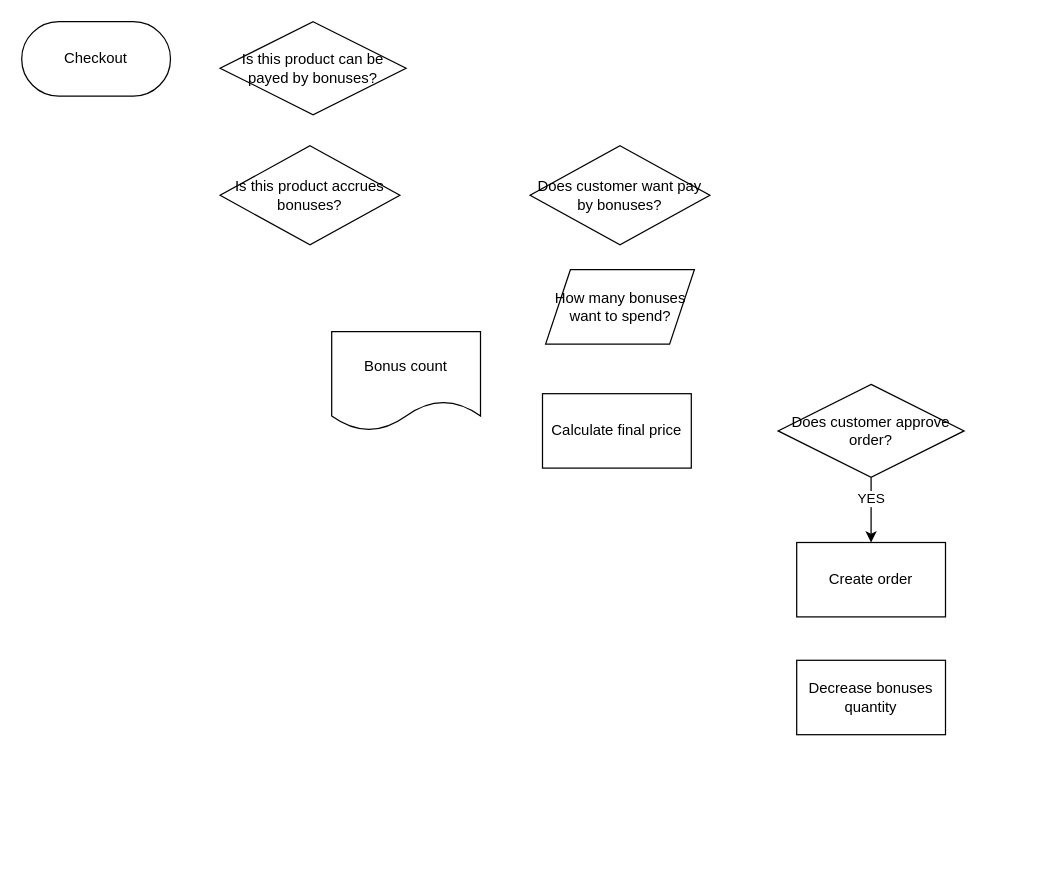
This is block.drawio from incfl0w/drawio, a draw.io file, before an edit. Source tidied: cells renumbered, new cells numbered last; positions are measured from the earlier drawing's top-left corner, leaving out a move shared by most shapes. Both pictures are drawn from the tidied source at 124%, with x=0, y=0 at pixel (21, 21).
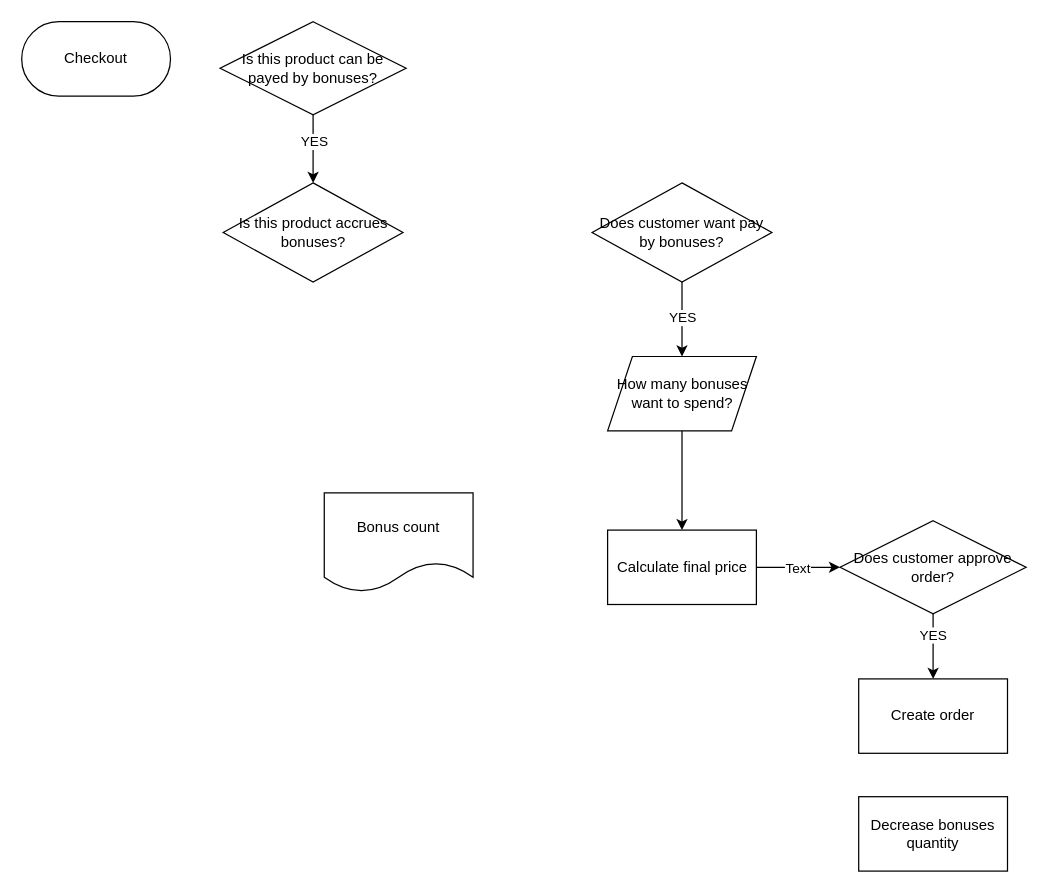
After the change.

Unchanged cells that the change refers to:
```xml
<mxCell id="3" value="Is this product can be payed by bonuses?" style="rhombus;whiteSpace=wrap;html=1;" parent="1" vertex="1">
  <mxGeometry x="160" width="150" height="75" as="geometry" />
</mxCell>
```

What changed in the source:
```diff
@@
+    <mxCell id="14" style="edgeStyle=orthogonalEdgeStyle;rounded=0;jettySize=auto;html=1;" parent="1" edge="1" source="3" target="4">
+      <mxGeometry relative="1" as="geometry" />
+    </mxCell>
+    <mxCell id="15" value="YES" style="edgeLabel;html=1;align=center;verticalAlign=middle;" parent="14" vertex="1">
+      <mxGeometry x="-0.24" relative="1" as="geometry" />
+    </mxCell>
@@
     <mxCell id="4" value="Is this product accrues bonuses?&lt;span data-lucid-content=&quot;{&amp;quot;t&amp;quot;:&amp;quot;Is this product accrues bonuses?&amp;quot;,&amp;quot;m&amp;quot;:[{&amp;quot;s&amp;quot;:0,&amp;quot;n&amp;quot;:&amp;quot;mt&amp;quot;,&amp;quot;v&amp;quot;:3.708},{&amp;quot;s&amp;quot;:0,&amp;quot;n&amp;quot;:&amp;quot;fl&amp;quot;,&amp;quot;v&amp;quot;:12.977},{&amp;quot;s&amp;quot;:0,&amp;quot;n&amp;quot;:&amp;quot;il&amp;quot;,&amp;quot;v&amp;quot;:12.977},{&amp;quot;s&amp;quot;:0,&amp;quot;n&amp;quot;:&amp;quot;ir&amp;quot;,&amp;quot;v&amp;quot;:12.977},{&amp;quot;s&amp;quot;:0,&amp;quot;n&amp;quot;:&amp;quot;a&amp;quot;,&amp;quot;v&amp;quot;:&amp;quot;center&amp;quot;},{&amp;quot;s&amp;quot;:0,&amp;quot;n&amp;quot;:&amp;quot;fc&amp;quot;,&amp;quot;v&amp;quot;:&amp;quot;Regular&amp;quot;,&amp;quot;e&amp;quot;:32},{&amp;quot;s&amp;quot;:0,&amp;quot;n&amp;quot;:&amp;quot;s&amp;quot;,&amp;quot;v&amp;quot;:18.022927923937758,&amp;quot;e&amp;quot;:32},{&amp;quot;s&amp;quot;:0,&amp;quot;n&amp;quot;:&amp;quot;c&amp;quot;,&amp;quot;v&amp;quot;:&amp;quot;#000000ff&amp;quot;,&amp;quot;e&amp;quot;:32}]}&quot;&gt;&lt;/span&gt;&lt;span data-lucid-content=&quot;{&amp;quot;t&amp;quot;:&amp;quot;Is this product accrues bonuses?&amp;quot;,&amp;quot;m&amp;quot;:[{&amp;quot;s&amp;quot;:0,&amp;quot;n&amp;quot;:&amp;quot;mt&amp;quot;,&amp;quot;v&amp;quot;:3.708},{&amp;quot;s&amp;quot;:0,&amp;quot;n&amp;quot;:&amp;quot;fl&amp;quot;,&amp;quot;v&amp;quot;:12.977},{&amp;quot;s&amp;quot;:0,&amp;quot;n&amp;quot;:&amp;quot;il&amp;quot;,&amp;quot;v&amp;quot;:12.977},{&amp;quot;s&amp;quot;:0,&amp;quot;n&amp;quot;:&amp;quot;ir&amp;quot;,&amp;quot;v&amp;quot;:12.977},{&amp;quot;s&amp;quot;:0,&amp;quot;n&amp;quot;:&amp;quot;a&amp;quot;,&amp;quot;v&amp;quot;:&amp;quot;center&amp;quot;},{&amp;quot;s&amp;quot;:0,&amp;quot;n&amp;quot;:&amp;quot;fc&amp;quot;,&amp;quot;v&amp;quot;:&amp;quot;Regular&amp;quot;,&amp;quot;e&amp;quot;:32},{&amp;quot;s&amp;quot;:0,&amp;quot;n&amp;quot;:&amp;quot;s&amp;quot;,&amp;quot;v&amp;quot;:18.022927923937758,&amp;quot;e&amp;quot;:32},{&amp;quot;s&amp;quot;:0,&amp;quot;n&amp;quot;:&amp;quot;c&amp;quot;,&amp;quot;v&amp;quot;:&amp;quot;#000000ff&amp;quot;,&amp;quot;e&amp;quot;:32}]}&quot;&gt;&lt;/span&gt;&lt;span data-lucid-content=&quot;{&amp;quot;t&amp;quot;:&amp;quot;Is this product accrues bonuses?&amp;quot;,&amp;quot;m&amp;quot;:[{&amp;quot;s&amp;quot;:0,&amp;quot;n&amp;quot;:&amp;quot;mt&amp;quot;,&amp;quot;v&amp;quot;:3.708},{&amp;quot;s&amp;quot;:0,&amp;quot;n&amp;quot;:&amp;quot;fl&amp;quot;,&amp;quot;v&amp;quot;:12.977},{&amp;quot;s&amp;quot;:0,&amp;quot;n&amp;quot;:&amp;quot;il&amp;quot;,&amp;quot;v&amp;quot;:12.977},{&amp;quot;s&amp;quot;:0,&amp;quot;n&amp;quot;:&amp;quot;ir&amp;quot;,&amp;quot;v&amp;quot;:12.977},{&amp;quot;s&amp;quot;:0,&amp;quot;n&amp;quot;:&amp;quot;a&amp;quot;,&amp;quot;v&amp;quot;:&amp;quot;center&amp;quot;},{&amp;quot;s&amp;quot;:0,&amp;quot;n&amp;quot;:&amp;quot;fc&amp;quot;,&amp;quot;v&amp;quot;:&amp;quot;Regular&amp;quot;,&amp;quot;e&amp;quot;:32},{&amp;quot;s&amp;quot;:0,&amp;quot;n&amp;quot;:&amp;quot;s&amp;quot;,&amp;quot;v&amp;quot;:18.022927923937758,&amp;quot;e&amp;quot;:32},{&amp;quot;s&amp;quot;:0,&amp;quot;n&amp;quot;:&amp;quot;c&amp;quot;,&amp;quot;v&amp;quot;:&amp;quot;#000000ff&amp;quot;,&amp;quot;e&amp;quot;:32}]}&quot;&gt;&lt;/span&gt;&lt;span data-lucid-content=&quot;{&amp;quot;t&amp;quot;:&amp;quot;Is this product accrues bonuses?&amp;quot;,&amp;quot;m&amp;quot;:[{&amp;quot;s&amp;quot;:0,&amp;quot;n&amp;quot;:&amp;quot;mt&amp;quot;,&amp;quot;v&amp;quot;:3.708},{&amp;quot;s&amp;quot;:0,&amp;quot;n&amp;quot;:&amp;quot;fl&amp;quot;,&amp;quot;v&amp;quot;:12.977},{&amp;quot;s&amp;quot;:0,&amp;quot;n&amp;quot;:&amp;quot;il&amp;quot;,&amp;quot;v&amp;quot;:12.977},{&amp;quot;s&amp;quot;:0,&amp;quot;n&amp;quot;:&amp;quot;ir&amp;quot;,&amp;quot;v&amp;quot;:12.977},{&amp;quot;s&amp;quot;:0,&amp;quot;n&amp;quot;:&amp;quot;a&amp;quot;,&amp;quot;v&amp;quot;:&amp;quot;center&amp;quot;},{&amp;quot;s&amp;quot;:0,&amp;quot;n&amp;quot;:&amp;quot;fc&amp;quot;,&amp;quot;v&amp;quot;:&amp;quot;Regular&amp;quot;,&amp;quot;e&amp;quot;:32},{&amp;quot;s&amp;quot;:0,&amp;quot;n&amp;quot;:&amp;quot;s&amp;quot;,&amp;quot;v&amp;quot;:18.022927923937758,&amp;quot;e&amp;quot;:32},{&amp;quot;s&amp;quot;:0,&amp;quot;n&amp;quot;:&amp;quot;c&amp;quot;,&amp;quot;v&amp;quot;:&amp;quot;#000000ff&amp;quot;,&amp;quot;e&amp;quot;:32}]}&quot;&gt;&lt;/span&gt;&lt;span data-lucid-content=&quot;{&amp;quot;t&amp;quot;:&amp;quot;Is this product accrues bonuses?&amp;quot;,&amp;quot;m&amp;quot;:[{&amp;quot;s&amp;quot;:0,&amp;quot;n&amp;quot;:&amp;quot;mt&amp;quot;,&amp;quot;v&amp;quot;:3.708},{&amp;quot;s&amp;quot;:0,&amp;quot;n&amp;quot;:&amp;quot;fl&amp;quot;,&amp;quot;v&amp;quot;:12.977},{&amp;quot;s&amp;quot;:0,&amp;quot;n&amp;quot;:&amp;quot;il&amp;quot;,&amp;quot;v&amp;quot;:12.977},{&amp;quot;s&amp;quot;:0,&amp;quot;n&amp;quot;:&amp;quot;ir&amp;quot;,&amp;quot;v&amp;quot;:12.977},{&amp;quot;s&amp;quot;:0,&amp;quot;n&amp;quot;:&amp;quot;a&amp;quot;,&amp;quot;v&amp;quot;:&amp;quot;center&amp;quot;},{&amp;quot;s&amp;quot;:0,&amp;quot;n&amp;quot;:&amp;quot;fc&amp;quot;,&amp;quot;v&amp;quot;:&amp;quot;Regular&amp;quot;,&amp;quot;e&amp;quot;:32},{&amp;quot;s&amp;quot;:0,&amp;quot;n&amp;quot;:&amp;quot;s&amp;quot;,&amp;quot;v&amp;quot;:18.022927923937758,&amp;quot;e&amp;quot;:32},{&amp;quot;s&amp;quot;:0,&amp;quot;n&amp;quot;:&amp;quot;c&amp;quot;,&amp;quot;v&amp;quot;:&amp;quot;#000000ff&amp;quot;,&amp;quot;e&amp;quot;:32}]}&quot;&gt;&lt;/span&gt;&lt;span data-lucid-content=&quot;{&amp;quot;t&amp;quot;:&amp;quot;Is this product accrues bonuses?&amp;quot;,&amp;quot;m&amp;quot;:[{&amp;quot;s&amp;quot;:0,&amp;quot;n&amp;quot;:&amp;quot;mt&amp;quot;,&amp;quot;v&amp;quot;:3.708},{&amp;quot;s&amp;quot;:0,&amp;quot;n&amp;quot;:&amp;quot;fl&amp;quot;,&amp;quot;v&amp;quot;:12.977},{&amp;quot;s&amp;quot;:0,&amp;quot;n&amp;quot;:&amp;quot;il&amp;quot;,&amp;quot;v&amp;quot;:12.977},{&amp;quot;s&amp;quot;:0,&amp;quot;n&amp;quot;:&amp;quot;ir&amp;quot;,&amp;quot;v&amp;quot;:12.977},{&amp;quot;s&amp;quot;:0,&amp;quot;n&amp;quot;:&amp;quot;a&amp;quot;,&amp;quot;v&amp;quot;:&amp;quot;center&amp;quot;},{&amp;quot;s&amp;quot;:0,&amp;quot;n&amp;quot;:&amp;quot;fc&amp;quot;,&amp;quot;v&amp;quot;:&amp;quot;Regular&amp;quot;,&amp;quot;e&amp;quot;:32},{&amp;quot;s&amp;quot;:0,&amp;quot;n&amp;quot;:&amp;quot;s&amp;quot;,&amp;quot;v&amp;quot;:18.022927923937758,&amp;quot;e&amp;quot;:32},{&amp;quot;s&amp;quot;:0,&amp;quot;n&amp;quot;:&amp;quot;c&amp;quot;,&amp;quot;v&amp;quot;:&amp;quot;#000000ff&amp;quot;,&amp;quot;e&amp;quot;:32}]}&quot;&gt;&lt;/span&gt;&lt;span data-lucid-content=&quot;{&amp;quot;t&amp;quot;:&amp;quot;Is this product accrues bonuses?&amp;quot;,&amp;quot;m&amp;quot;:[{&amp;quot;s&amp;quot;:0,&amp;quot;n&amp;quot;:&amp;quot;mt&amp;quot;,&amp;quot;v&amp;quot;:3.708},{&amp;quot;s&amp;quot;:0,&amp;quot;n&amp;quot;:&amp;quot;fl&amp;quot;,&amp;quot;v&amp;quot;:12.977},{&amp;quot;s&amp;quot;:0,&amp;quot;n&amp;quot;:&amp;quot;il&amp;quot;,&amp;quot;v&amp;quot;:12.977},{&amp;quot;s&amp;quot;:0,&amp;quot;n&amp;quot;:&amp;quot;ir&amp;quot;,&amp;quot;v&amp;quot;:12.977},{&amp;quot;s&amp;quot;:0,&amp;quot;n&amp;quot;:&amp;quot;a&amp;quot;,&amp;quot;v&amp;quot;:&amp;quot;center&amp;quot;},{&amp;quot;s&amp;quot;:0,&amp;quot;n&amp;quot;:&amp;quot;fc&amp;quot;,&amp;quot;v&amp;quot;:&amp;quot;Regular&amp;quot;,&amp;quot;e&amp;quot;:32},{&amp;quot;s&amp;quot;:0,&amp;quot;n&amp;quot;:&amp;quot;s&amp;quot;,&amp;quot;v&amp;quot;:18.022927923937758,&amp;quot;e&amp;quot;:32},{&amp;quot;s&amp;quot;:0,&amp;quot;n&amp;quot;:&amp;quot;c&amp;quot;,&amp;quot;v&amp;quot;:&amp;quot;#000000ff&amp;quot;,&amp;quot;e&amp;quot;:32}]}&quot;&gt;&lt;/span&gt;&lt;span data-lucid-content=&quot;{&amp;quot;t&amp;quot;:&amp;quot;Is this product accrues bonuses?&amp;quot;,&amp;quot;m&amp;quot;:[{&amp;quot;s&amp;quot;:0,&amp;quot;n&amp;quot;:&amp;quot;mt&amp;quot;,&amp;quot;v&amp;quot;:3.708},{&amp;quot;s&amp;quot;:0,&amp;quot;n&amp;quot;:&amp;quot;fl&amp;quot;,&amp;quot;v&amp;quot;:12.977},{&amp;quot;s&amp;quot;:0,&amp;quot;n&amp;quot;:&amp;quot;il&amp;quot;,&amp;quot;v&amp;quot;:12.977},{&amp;quot;s&amp;quot;:0,&amp;quot;n&amp;quot;:&amp;quot;ir&amp;quot;,&amp;quot;v&amp;quot;:12.977},{&amp;quot;s&amp;quot;:0,&amp;quot;n&amp;quot;:&amp;quot;a&amp;quot;,&amp;quot;v&amp;quot;:&amp;quot;center&amp;quot;},{&amp;quot;s&amp;quot;:0,&amp;quot;n&amp;quot;:&amp;quot;fc&amp;quot;,&amp;quot;v&amp;quot;:&amp;quot;Regular&amp;quot;,&amp;quot;e&amp;quot;:32},{&amp;quot;s&amp;quot;:0,&amp;quot;n&amp;quot;:&amp;quot;s&amp;quot;,&amp;quot;v&amp;quot;:18.022927923937758,&amp;quot;e&amp;quot;:32},{&amp;quot;s&amp;quot;:0,&amp;quot;n&amp;quot;:&amp;quot;c&amp;quot;,&amp;quot;v&amp;quot;:&amp;quot;#000000ff&amp;quot;,&amp;quot;e&amp;quot;:32}]}&quot;&gt;&lt;/span&gt;" style="rhombus;whiteSpace=wrap;html=1;" parent="1" vertex="1">
-      <mxGeometry x="160" y="100" width="145" height="80" as="geometry" />
+      <mxGeometry x="162.5" y="130" width="145" height="80" as="geometry" />
     </mxCell>
+    <mxCell id="16" style="edgeStyle=orthogonalEdgeStyle;rounded=0;jettySize=auto;html=1;" parent="1" edge="1" source="5" target="7">
+      <mxGeometry relative="1" as="geometry" />
+    </mxCell>
+    <mxCell id="17" value="YES" style="edgeLabel;html=1;align=center;verticalAlign=middle;" parent="16" vertex="1">
+      <mxGeometry x="-0.08" y="-4" relative="1" as="geometry">
+        <mxPoint x="4" as="offset" />
+      </mxGeometry>
+    </mxCell>
     <mxCell id="5" value="Does customer want pay by bonuses?&lt;span data-lucid-content=&quot;{&amp;quot;t&amp;quot;:&amp;quot;Is this product accrues bonuses?&amp;quot;,&amp;quot;m&amp;quot;:[{&amp;quot;s&amp;quot;:0,&amp;quot;n&amp;quot;:&amp;quot;mt&amp;quot;,&amp;quot;v&amp;quot;:3.708},{&amp;quot;s&amp;quot;:0,&amp;quot;n&amp;quot;:&amp;quot;fl&amp;quot;,&amp;quot;v&amp;quot;:12.977},{&amp;quot;s&amp;quot;:0,&amp;quot;n&amp;quot;:&amp;quot;il&amp;quot;,&amp;quot;v&amp;quot;:12.977},{&amp;quot;s&amp;quot;:0,&amp;quot;n&amp;quot;:&amp;quot;ir&amp;quot;,&amp;quot;v&amp;quot;:12.977},{&amp;quot;s&amp;quot;:0,&amp;quot;n&amp;quot;:&amp;quot;a&amp;quot;,&amp;quot;v&amp;quot;:&amp;quot;center&amp;quot;},{&amp;quot;s&amp;quot;:0,&amp;quot;n&amp;quot;:&amp;quot;fc&amp;quot;,&amp;quot;v&amp;quot;:&amp;quot;Regular&amp;quot;,&amp;quot;e&amp;quot;:32},{&amp;quot;s&amp;quot;:0,&amp;quot;n&amp;quot;:&amp;quot;s&amp;quot;,&amp;quot;v&amp;quot;:18.022927923937758,&amp;quot;e&amp;quot;:32},{&amp;quot;s&amp;quot;:0,&amp;quot;n&amp;quot;:&amp;quot;c&amp;quot;,&amp;quot;v&amp;quot;:&amp;quot;#000000ff&amp;quot;,&amp;quot;e&amp;quot;:32}]}&quot;&gt;&lt;/span&gt;" style="rhombus;whiteSpace=wrap;html=1;" parent="1" vertex="1">
-      <mxGeometry x="410" y="100" width="145" height="80" as="geometry" />
+      <mxGeometry x="460" y="130" width="145" height="80" as="geometry" />
     </mxCell>
     <mxCell id="6" value="Bonus count" style="shape=document;whiteSpace=wrap;html=1;boundedLbl=1;" parent="1" vertex="1">
-      <mxGeometry x="250" y="250" width="120" height="80" as="geometry" />
+      <mxGeometry x="244" y="380" width="120" height="80" as="geometry" />
     </mxCell>
+    <mxCell id="18" style="edgeStyle=orthogonalEdgeStyle;rounded=0;jettySize=auto;html=1;" parent="1" edge="1" source="7" target="8">
+      <mxGeometry relative="1" as="geometry" />
+    </mxCell>
     <mxCell id="7" value="How many bonuses want to spend?" style="shape=parallelogram;perimeter=parallelogramPerimeter;whiteSpace=wrap;html=1;fixedSize=1;" parent="1" vertex="1">
-      <mxGeometry x="422.5" y="200" width="120" height="60" as="geometry" />
+      <mxGeometry x="472.5" y="270" width="120" height="60" as="geometry" />
     </mxCell>
+    <mxCell id="19" style="edgeStyle=orthogonalEdgeStyle;rounded=0;jettySize=auto;html=1;" parent="1" edge="1" source="8" target="11">
+      <mxGeometry relative="1" as="geometry" />
+    </mxCell>
+    <mxCell id="20" value="Text" style="edgeLabel;html=1;align=center;verticalAlign=middle;" parent="19" vertex="1">
+      <mxGeometry x="-0.01" y="1" relative="1" as="geometry">
+        <mxPoint y="1" as="offset" />
+      </mxGeometry>
+    </mxCell>
     <mxCell id="8" value="Calculate final price" style="rounded=0;whiteSpace=wrap;html=1;" parent="1" vertex="1">
-      <mxGeometry x="420" y="300" width="120" height="60" as="geometry" />
+      <mxGeometry x="472.5" y="410" width="120" height="60" as="geometry" />
     </mxCell>
@@
     <mxCell id="11" value="Does customer approve order?" style="rhombus;whiteSpace=wrap;html=1;" parent="1" vertex="1">
-      <mxGeometry x="610" y="292.5" width="150" height="75" as="geometry" />
+      <mxGeometry x="660" y="402.5" width="150" height="75" as="geometry" />
     </mxCell>
     <mxCell id="12" value="Create order" style="rounded=0;whiteSpace=wrap;html=1;" parent="1" vertex="1">
-      <mxGeometry x="625" y="420" width="120" height="60" as="geometry" />
+      <mxGeometry x="675" y="530" width="120" height="60" as="geometry" />
     </mxCell>
     <mxCell id="13" value="Decrease bonuses quantity" style="rounded=0;whiteSpace=wrap;html=1;" parent="1" vertex="1">
-      <mxGeometry x="625" y="515" width="120" height="60" as="geometry" />
+      <mxGeometry x="675" y="625" width="120" height="60" as="geometry" />
     </mxCell>
```
